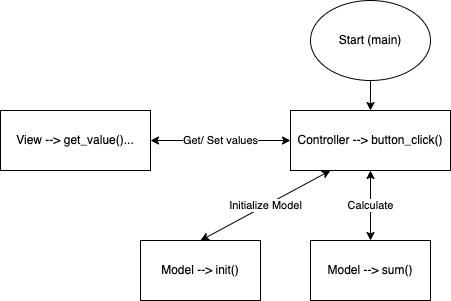
Before: calc/calc_diagram.drawio.png, a diagram exported from draw.io (eamoe/python-course). Source tidied: cells renumbered, new cells last; positions are measured from the earlier drawing's top-left corner, leaving out a move shared by most shapes.
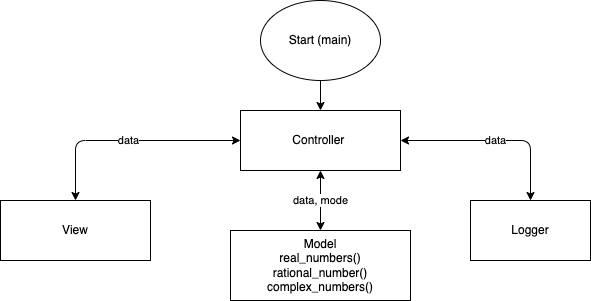
Later version of the same file.

Commit message:
Finalized calc diagram

Diff of the diagram source:
```diff
@@ -8,26 +8,34 @@
     <mxCell id="3" value="Start (main)" style="ellipse;whiteSpace=wrap;html=1;" parent="1" vertex="1">
       <mxGeometry x="310" width="120" height="80" as="geometry" />
     </mxCell>
-    <mxCell id="4" value="Controller --&amp;gt; button_click()" style="rounded=0;whiteSpace=wrap;html=1;" parent="1" vertex="1">
+    <mxCell id="4" value="Controller&amp;nbsp;" style="rounded=0;whiteSpace=wrap;html=1;" parent="1" vertex="1">
       <mxGeometry x="290" y="110" width="160" height="60" as="geometry" />
     </mxCell>
-    <mxCell id="5" value="View --&amp;gt; get_value()..." style="rounded=0;whiteSpace=wrap;html=1;" parent="1" vertex="1">
-      <mxGeometry y="110" width="150" height="60" as="geometry" />
+    <mxCell id="5" value="View" style="rounded=0;whiteSpace=wrap;html=1;" parent="1" vertex="1">
+      <mxGeometry x="50" y="200" width="150" height="60" as="geometry" />
     </mxCell>
-    <mxCell id="6" value="Model --&amp;gt; init()" style="whiteSpace=wrap;html=1;rounded=0;" parent="1" vertex="1">
-      <mxGeometry x="140" y="240" width="120" height="60" as="geometry" />
+    <mxCell id="6" value="Model&lt;br&gt;real_numbers()&lt;br&gt;rational_number()&lt;br&gt;complex_numbers()" style="whiteSpace=wrap;html=1;rounded=0;" parent="1" vertex="1">
+      <mxGeometry x="280" y="230" width="180" height="70" as="geometry" />
     </mxCell>
-    <mxCell id="7" value="Initialize Model" style="endArrow=classic;startArrow=classic;html=1;exitX=0.5;exitY=0;exitDx=0;exitDy=0;entryX=0.25;entryY=1;entryDx=0;entryDy=0;" parent="1" edge="1" source="6" target="4">
+    <mxCell id="7" value="data, mode" style="endArrow=classic;startArrow=classic;html=1;exitX=0.5;exitY=0;exitDx=0;exitDy=0;entryX=0.5;entryY=1;entryDx=0;entryDy=0;" parent="1" edge="1" source="6" target="4">
       <mxGeometry relative="1" as="geometry" />
     </mxCell>
-    <mxCell id="8" value="Model --&amp;gt; sum()" style="whiteSpace=wrap;html=1;rounded=0;" parent="1" vertex="1">
-      <mxGeometry x="310" y="240" width="120" height="60" as="geometry" />
+    <mxCell id="8" value="Logger" style="whiteSpace=wrap;html=1;rounded=0;" parent="1" vertex="1">
+      <mxGeometry x="520" y="200" width="120" height="60" as="geometry" />
     </mxCell>
-    <mxCell id="9" value="Get/ Set values" style="endArrow=classic;startArrow=classic;html=1;exitX=1;exitY=0.5;exitDx=0;exitDy=0;entryX=0;entryY=0.5;entryDx=0;entryDy=0;" parent="1" edge="1" source="5" target="4">
-      <mxGeometry relative="1" as="geometry" />
+    <mxCell id="9" value="data" style="endArrow=classic;startArrow=classic;html=1;exitX=0.5;exitY=0;exitDx=0;exitDy=0;entryX=0;entryY=0.5;entryDx=0;entryDy=0;" parent="1" edge="1" source="5" target="4">
+      <mxGeometry relative="1" as="geometry">
+        <Array as="points">
+          <mxPoint x="125" y="140" />
+        </Array>
+      </mxGeometry>
     </mxCell>
-    <mxCell id="10" value="Calculate" style="endArrow=classic;startArrow=classic;html=1;entryX=0.5;entryY=1;entryDx=0;entryDy=0;exitX=0.5;exitY=0;exitDx=0;exitDy=0;" parent="1" edge="1" source="8" target="4">
-      <mxGeometry relative="1" as="geometry" />
+    <mxCell id="10" value="data" style="endArrow=classic;startArrow=classic;html=1;entryX=1;entryY=0.5;entryDx=0;entryDy=0;exitX=0.5;exitY=0;exitDx=0;exitDy=0;" parent="1" edge="1" source="8" target="4">
+      <mxGeometry relative="1" as="geometry">
+        <Array as="points">
+          <mxPoint x="580" y="140" />
+        </Array>
+      </mxGeometry>
     </mxCell>
   </root>
 </mxGraphModel>
```
